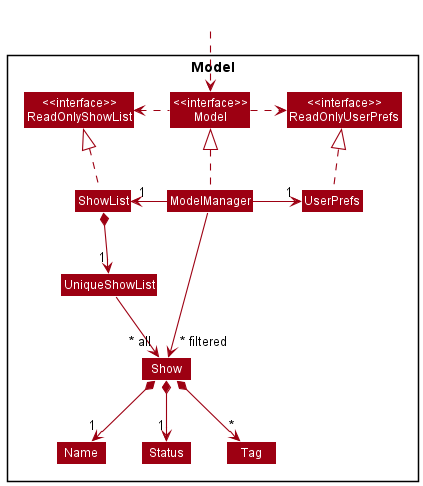
Above: docs/images/ModelClassDiagram.png in nus-cs2103-AY2122S2/tp (PlantUML), before the change.
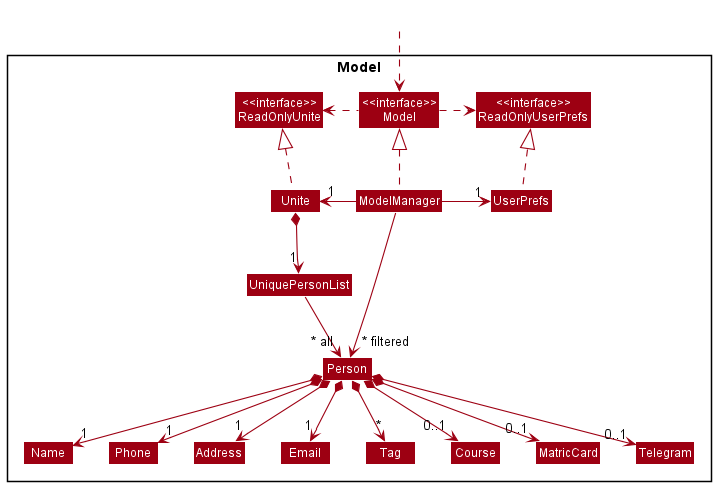
Later version of the same file.

What changed in the source:
```diff
@@ -5,41 +5,52 @@
 skinparam classBackgroundColor MODEL_COLOR
 
 Package Model <<Rectangle>>{
-Class "<<interface>>\nReadOnlyShowList" as ReadOnlyShowList
+Class "<<interface>>\nReadOnlyUnite" as ReadOnlyUnite
 Class "<<interface>>\nReadOnlyUserPrefs" as ReadOnlyUserPrefs
 Class "<<interface>>\nModel" as Model
-Class ShowList
+Class Unite
 Class ModelManager
 Class UserPrefs
 
-Class UniqueShowList
-Class Show
-Class Status
+Class UniquePersonList
+Class Person
+Class Address
+Class Email
 Class Name
+Class Phone
 Class Tag
+Class Course
+Class MatricCard
+Class Telegram
 
 }
 
 Class HiddenOutside #FFFFFF
 HiddenOutside ..> Model
 
-ShowList .up.|> ReadOnlyShowList
+Unite .up.|> ReadOnlyUnite
 
 ModelManager .up.|> Model
 Model .right.> ReadOnlyUserPrefs
-Model .left.> ReadOnlyShowList
-ModelManager -left-> "1" ShowList
+Model .left.> ReadOnlyUnite
+ModelManager -left-> "1" Unite
 ModelManager -right-> "1" UserPrefs
 UserPrefs .up.|> ReadOnlyUserPrefs
 
-ShowList *--> "1" UniqueShowList
-UniqueShowList --> "~* all" Show
-Show *--> "1" Name
-Show *--> "1" Status
-Show *--> "*" Tag
+Unite *--> "1" UniquePersonList
+UniquePersonList --> "~* all" Person
+Person *--> "1" Name
+Person *--> "1" Phone
+Person *--> "1" Email
+Person *--> "1" Address
+Person *--> "*" Tag
+Person *--> "0..1" Course
+Person *--> "0..1" MatricCard
+Person *--> "0..1" Telegram
 
-Name -[hidden]right-> Status
-Status -[hidden]right->  Tag
+Name -[hidden]right-> Phone
+Phone -[hidden]right-> Address
+Address -[hidden]right-> Email
 
-ModelManager -->"~* filtered" Show
+ModelManager -->"~* filtered" Person
 @enduml
```
